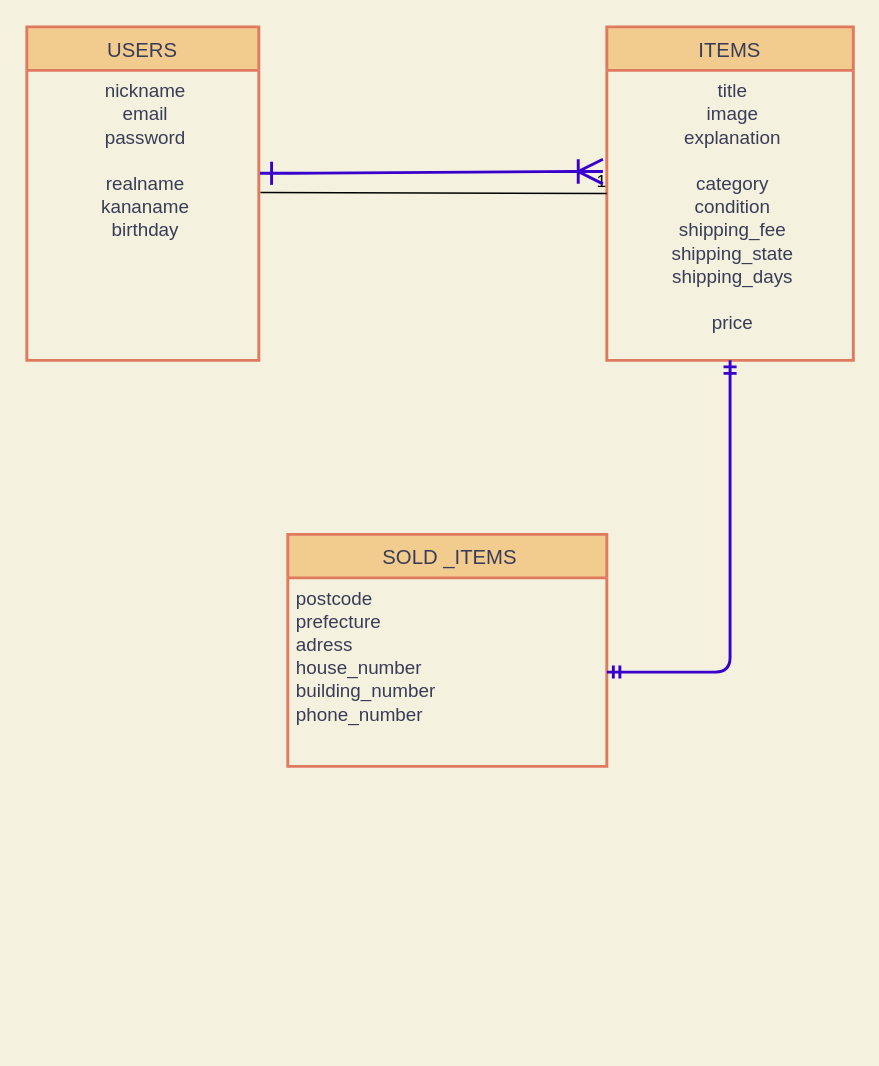
ZUNMASUI/furima-33472 keeps this draw.io diagram as furima.dio. Above is the earlier version. Source tidied: cells renumbered, new cells numbered last; positions are measured from the earlier drawing's top-left corner, leaving out a move shared by most shapes. Both pictures are drawn from the tidied source at 145%, with x=0, y=0 at pixel (26, 26).
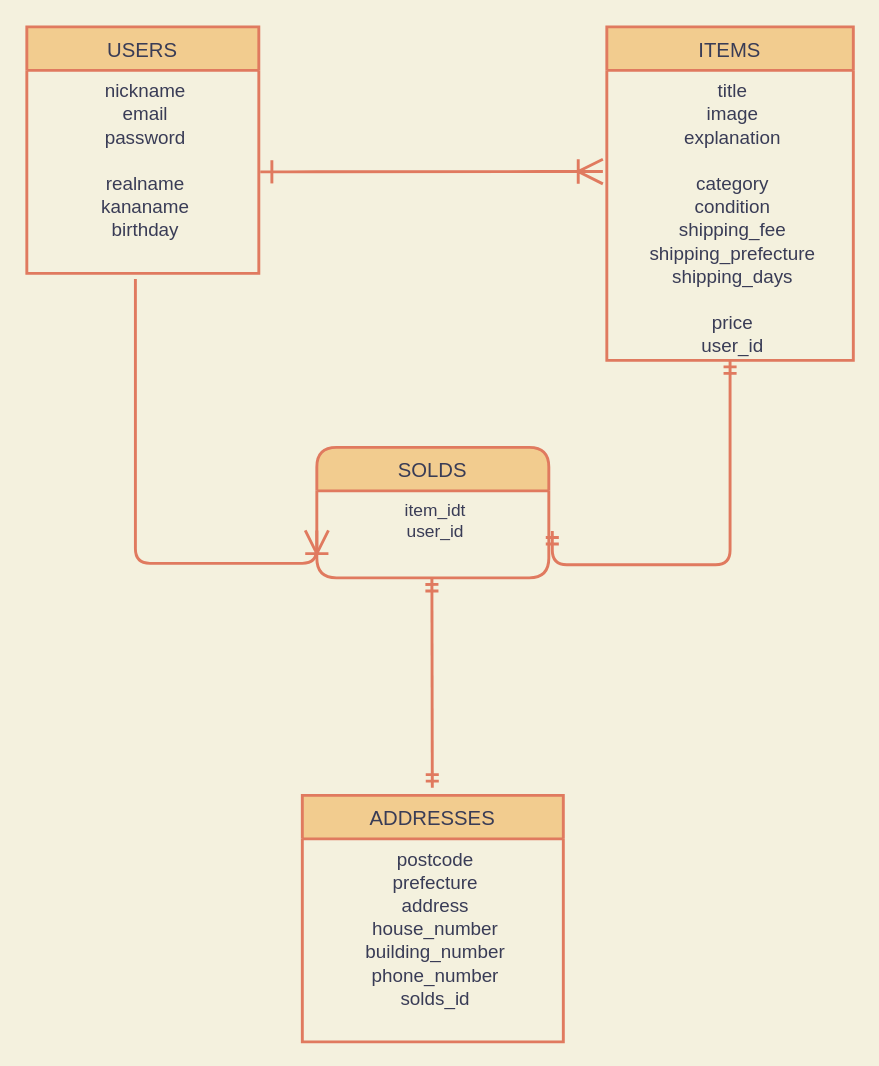
After the change.

Diff of the diagram source:
```diff
@@
 <mxGraphModel background="#F4F1DE">
   <root>
     <mxCell id="0" />
     <mxCell id="1" parent="0" />
     <mxCell id="2" value="USERS" style="swimlane;horizontal=1;startSize=30;fontSize=14;fontStyle=0;strokeWidth=2;shadow=0;dashed=0;align=center;fillColor=#F2CC8F;strokeColor=#E07A5F;fontColor=#393C56;" parent="1" vertex="1">
-      <mxGeometry width="160" height="230" as="geometry" />
+      <mxGeometry width="160" height="170" as="geometry" />
     </mxCell>
     <mxCell id="3" value="nickname&#10;email&#10;password&#10;&#10;realname&#10;kananame&#10;birthday" style="align=center;strokeColor=none;fillColor=none;spacingLeft=4;fontSize=13;verticalAlign=top;fontColor=#393C56;" parent="2" vertex="1">
-      <mxGeometry y="30" width="160" height="200" as="geometry" />
+      <mxGeometry y="30" width="160" height="140" as="geometry" />
     </mxCell>
     <mxCell id="4" value="ITEMS" style="swimlane;horizontal=1;startSize=30;fontSize=14;fontStyle=0;strokeWidth=2;shadow=0;dashed=0;align=center;fillColor=#F2CC8F;strokeColor=#E07A5F;fontColor=#393C56;" parent="1" vertex="1">
       <mxGeometry x="400" width="170" height="230" as="geometry" />
     </mxCell>
-    <mxCell id="5" value="title&#10;image&#10;explanation&#10;&#10;category&#10;condition&#10;shipping_fee&#10;shipping_state&#10;shipping_days&#10;&#10;price&#10;" style="align=center;strokeColor=none;fillColor=none;spacingLeft=4;fontSize=13;verticalAlign=top;fontColor=#393C56;" parent="4" vertex="1">
+    <mxCell id="5" value="title&#10;image&#10;explanation&#10;&#10;category&#10;condition&#10;shipping_fee&#10;shipping_prefecture&#10;shipping_days&#10;&#10;price&#10;user_id&#10;" style="align=center;strokeColor=none;fillColor=none;spacingLeft=4;fontSize=13;verticalAlign=top;fontColor=#393C56;" parent="4" vertex="1">
       <mxGeometry y="30" width="170" height="200" as="geometry" />
     </mxCell>
-    <mxCell id="6" value=" SOLD _ITEMS" style="swimlane;horizontal=1;startSize=30;fontSize=14;fontStyle=0;strokeWidth=2;shadow=0;dashed=0;align=center;fillColor=#F2CC8F;strokeColor=#E07A5F;fontColor=#393C56;" parent="1" vertex="1">
-      <mxGeometry x="180" y="350" width="220" height="160" as="geometry" />
+    <mxCell id="6" value="ADDRESSES" style="swimlane;horizontal=1;startSize=30;fontSize=14;fontStyle=0;strokeWidth=2;shadow=0;dashed=0;align=center;fillColor=#F2CC8F;strokeColor=#E07A5F;fontColor=#393C56;" parent="1" vertex="1">
+      <mxGeometry x="190" y="530" width="180" height="170" as="geometry" />
     </mxCell>
-    <mxCell id="7" value="postcode&#10;prefecture&#10;adress&#10;house_number&#10;building_number&#10;phone_number" style="align=left;strokeColor=none;fillColor=none;spacingLeft=4;fontSize=13;verticalAlign=top;fontColor=#393C56;" parent="6" vertex="1">
-      <mxGeometry y="30" width="220" height="130" as="geometry" />
+    <mxCell id="7" value="postcode&#10;prefecture&#10;address&#10;house_number&#10;building_number&#10;phone_number&#10;solds_id" style="align=center;strokeColor=none;fillColor=none;spacingLeft=4;fontSize=13;verticalAlign=top;fontColor=#393C56;" parent="6" vertex="1">
+      <mxGeometry y="30" width="180" height="140" as="geometry" />
     </mxCell>
-    <mxCell id="8" style="endArrow=none;html=1;rounded=0;exitX=1.007;exitY=0.421;exitDx=0;exitDy=0;exitPerimeter=0;entryX=0;entryY=0.5;entryDx=0;entryDy=0;" parent="1" edge="1" source="3" target="4">
-      <mxGeometry relative="1" as="geometry" />
-    </mxCell>
-    <mxCell id="9" value="1" style="html=1;align=right;verticalAlign=bottom;" parent="8" vertex="1">
-      <mxGeometry x="1" relative="1" as="geometry" />
-    </mxCell>
-    <mxCell id="10" style="edgeStyle=entityRelationEdgeStyle;fontSize=12;html=1;endArrow=ERoneToMany;exitX=1.005;exitY=0.355;exitDx=0;exitDy=0;exitPerimeter=0;entryX=-0.016;entryY=0.349;entryDx=0;entryDy=0;entryPerimeter=0;fillColor=#6a00ff;endFill=0;strokeColor=#3700CC;strokeWidth=2;startArrow=ERone;startFill=0;endSize=14;sourcePerimeterSpacing=1;targetPerimeterSpacing=3;startSize=13;" parent="1" edge="1" source="3" target="5">
+    <mxCell id="10" style="edgeStyle=entityRelationEdgeStyle;fontSize=12;html=1;endArrow=ERoneToMany;entryX=-0.016;entryY=0.349;entryDx=0;entryDy=0;entryPerimeter=0;fillColor=#F2CC8F;endFill=0;strokeColor=#E07A5F;strokeWidth=2;startArrow=ERone;startFill=0;endSize=14;sourcePerimeterSpacing=1;targetPerimeterSpacing=3;startSize=13;labelBackgroundColor=#F4F1DE;fontColor=#393C56;" parent="1" edge="1" source="3" target="5">
       <mxGeometry relative="1" as="geometry" />
     </mxCell>
-    <mxCell id="11" style="edgeStyle=orthogonalEdgeStyle;fontSize=12;html=1;endArrow=ERmandOne;startArrow=ERmandOne;strokeColor=#3700CC;strokeWidth=2;exitX=1;exitY=0.5;exitDx=0;exitDy=0;entryX=0.5;entryY=1;entryDx=0;entryDy=0;" parent="1" edge="1" source="7" target="5">
-      <mxGeometry relative="1" as="geometry" />
+    <mxCell id="11" style="edgeStyle=orthogonalEdgeStyle;fontSize=12;html=1;endArrow=ERmandOne;startArrow=ERmandOne;strokeColor=#E07A5F;strokeWidth=2;entryX=0.5;entryY=1;entryDx=0;entryDy=0;labelBackgroundColor=#F4F1DE;fontColor=#393C56;exitX=1.015;exitY=0.461;exitDx=0;exitDy=0;exitPerimeter=0;" parent="1" edge="1" source="13" target="5">
+      <mxGeometry relative="1" as="geometry">
+        <Array as="points">
+          <mxPoint x="485" y="371" />
+        </Array>
+      </mxGeometry>
     </mxCell>
+    <mxCell id="12" value="SOLDS" style="swimlane;horizontal=1;startSize=30;rounded=1;fontSize=14;fontStyle=0;strokeWidth=2;shadow=0;dashed=0;align=center;strokeColor=#E07A5F;fontColor=#393C56;fillColor=#F2CC8F;" parent="1" vertex="1">
+      <mxGeometry x="200" y="290" width="160" height="90" as="geometry" />
+    </mxCell>
+    <mxCell id="13" value="item_idt&#10;user_id" style="align=center;strokeColor=none;fillColor=none;spacingLeft=4;fontSize=12;verticalAlign=top;fontColor=#393C56;" parent="12" vertex="1">
+      <mxGeometry y="30" width="160" height="60" as="geometry" />
+    </mxCell>
+    <mxCell id="14" style="edgeStyle=elbowEdgeStyle;fontSize=12;html=1;endArrow=ERoneToMany;strokeColor=#E07A5F;fillColor=#F2CC8F;exitX=0.468;exitY=1.028;exitDx=0;exitDy=0;exitPerimeter=0;elbow=vertical;strokeWidth=2;entryX=0;entryY=0.455;entryDx=0;entryDy=0;entryPerimeter=0;startSize=10;endSize=13;" parent="1" edge="1" source="3" target="13">
+      <mxGeometry relative="1" as="geometry">
+        <Array as="points">
+          <mxPoint x="90" y="370" />
+        </Array>
+      </mxGeometry>
+    </mxCell>
+    <mxCell id="15" style="fontSize=12;html=1;endArrow=ERmandOne;startArrow=ERmandOne;strokeColor=#E07A5F;strokeWidth=2;fillColor=#F2CC8F;exitX=0.498;exitY=-0.031;exitDx=0;exitDy=0;exitPerimeter=0;entryX=0.496;entryY=1.001;entryDx=0;entryDy=0;entryPerimeter=0;" parent="1" edge="1" source="6" target="13">
+      <mxGeometry relative="1" as="geometry" />
+    </mxCell>
   </root>
 </mxGraphModel>
```
